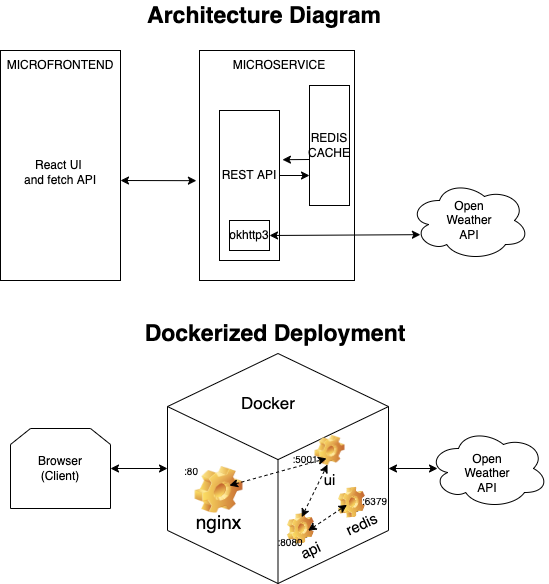
Before: architecture.png, a diagram exported from draw.io (aa-tt/weather-prediction). Source tidied: cells renumbered, new cells last; positions are measured from the earlier drawing's top-left corner, leaving out a move shared by most shapes.
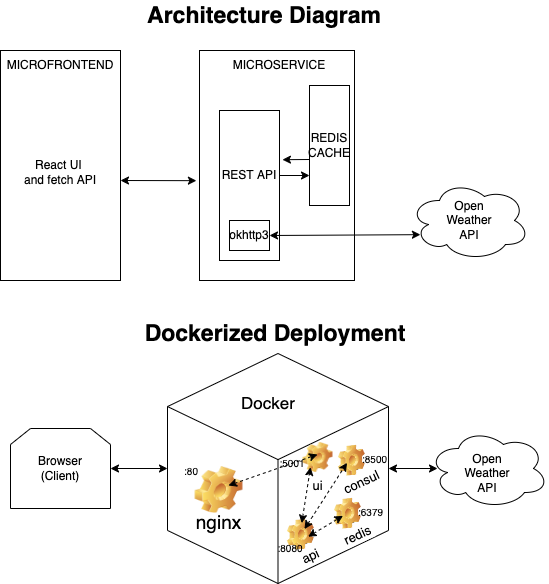
After the change.

Commit message:
architecture diagram

What changed in the source:
```diff
@@ -63,23 +63,23 @@
     <mxCell id="20" value="Docker" style="text;html=1;strokeColor=none;fillColor=none;align=center;verticalAlign=middle;whiteSpace=wrap;rounded=0;fontSize=17;" parent="1" vertex="1">
       <mxGeometry x="238" y="388" width="60" height="30" as="geometry" />
     </mxCell>
-    <mxCell id="21" value="ui" style="icon;image=img/clipart/Gear_128x128.png;fontColor=default;fontSize=15;imageWidth=30;imageHeight=30;" parent="1" vertex="1">
-      <mxGeometry x="324" y="440" width="11" height="20" as="geometry" />
+    <mxCell id="21" value="ui" style="icon;image=img/clipart/Gear_128x128.png;fontColor=default;fontSize=13;imageWidth=30;imageHeight=30;" parent="1" vertex="1">
+      <mxGeometry x="312" y="447" width="11" height="20" as="geometry" />
     </mxCell>
-    <mxCell id="22" value="api" style="icon;image=img/clipart/Gear_128x128.png;fontColor=default;fontSize=15;arcSize=0;imageWidth=30;imageHeight=30;rotation=335;verticalAlign=middle;" parent="1" vertex="1">
-      <mxGeometry x="295" y="518" width="11" height="20" as="geometry" />
+    <mxCell id="22" value="api" style="icon;image=img/clipart/Gear_128x128.png;fontColor=default;fontSize=13;arcSize=0;imageWidth=30;imageHeight=30;rotation=335;verticalAlign=middle;" parent="1" vertex="1">
+      <mxGeometry x="295" y="524" width="11" height="20" as="geometry" />
     </mxCell>
-    <mxCell id="23" value="redis" style="icon;image=img/clipart/Gear_128x128.png;fontColor=default;fontSize=15;arcSize=0;imageWidth=30;imageHeight=30;rotation=335;verticalAlign=middle;" parent="1" vertex="1">
-      <mxGeometry x="346" y="492" width="11" height="20" as="geometry" />
+    <mxCell id="23" value="redis" style="icon;image=img/clipart/Gear_128x128.png;fontColor=default;fontSize=13;arcSize=0;imageWidth=30;imageHeight=30;rotation=335;verticalAlign=middle;" parent="1" vertex="1">
+      <mxGeometry x="342" y="503" width="11" height="20" as="geometry" />
     </mxCell>
     <mxCell id="24" value=":5001" style="text;html=1;strokeColor=none;fillColor=none;align=center;verticalAlign=middle;whiteSpace=wrap;rounded=0;fontSize=10;fontColor=default;" parent="1" vertex="1">
-      <mxGeometry x="275" y="448" width="60" height="20" as="geometry" />
+      <mxGeometry x="274" y="451" width="36" height="21" as="geometry" />
     </mxCell>
     <mxCell id="25" value=":8080" style="text;html=1;strokeColor=none;fillColor=none;align=center;verticalAlign=middle;whiteSpace=wrap;rounded=0;fontSize=10;fontColor=default;" parent="1" vertex="1">
-      <mxGeometry x="271" y="533" width="38" height="16" as="geometry" />
+      <mxGeometry x="271" y="539" width="38" height="16" as="geometry" />
     </mxCell>
     <mxCell id="26" value=":6379" style="text;html=1;strokeColor=none;fillColor=none;align=center;verticalAlign=middle;whiteSpace=wrap;rounded=0;fontSize=10;fontColor=default;" parent="1" vertex="1">
-      <mxGeometry x="359" y="492" width="31" height="16" as="geometry" />
+      <mxGeometry x="355" y="503" width="31" height="16" as="geometry" />
     </mxCell>
     <mxCell id="27" value=":80" style="text;html=1;strokeColor=none;fillColor=none;align=center;verticalAlign=middle;whiteSpace=wrap;rounded=0;fontSize=10;fontColor=default;" parent="1" vertex="1">
       <mxGeometry x="175" y="460" width="32" height="20" as="geometry" />
@@ -87,16 +87,17 @@
     <mxCell id="28" style="endArrow=classic;startArrow=classic;html=1;fontSize=10;fontColor=default;exitX=1;exitY=0.5;exitDx=0;exitDy=0;entryX=0;entryY=0.5;entryDx=0;entryDy=0;entryPerimeter=0;" parent="1" edge="1" source="17" target="18">
       <mxGeometry relative="1" as="geometry" />
     </mxCell>
-    <mxCell id="29" style="endArrow=classic;startArrow=classic;html=1;fontSize=10;fontColor=default;exitX=1;exitY=0.25;exitDx=0;exitDy=0;entryX=0.85;entryY=0.5;entryDx=0;entryDy=0;entryPerimeter=0;dashed=1;" parent="1" edge="1" source="19" target="24">
-      <mxGeometry relative="1" as="geometry" />
+    <mxCell id="29" style="endArrow=classic;startArrow=classic;html=1;fontSize=10;fontColor=default;exitX=1;exitY=0.25;exitDx=0;exitDy=0;dashed=1;" parent="1" edge="1">
+      <mxGeometry relative="1" as="geometry">
+        <mxPoint x="228" y="485" as="sourcePoint" />
+        <mxPoint x="317" y="454" as="targetPoint" />
+      </mxGeometry>
     </mxCell>
     <mxCell id="30" style="endArrow=classic;startArrow=classic;html=1;fontSize=10;fontColor=default;exitX=1;exitY=0.75;exitDx=0;exitDy=0;entryX=0;entryY=0.5;entryDx=0;entryDy=0;dashed=1;" parent="1" edge="1" source="22" target="23">
       <mxGeometry relative="1" as="geometry" />
     </mxCell>
-    <mxCell id="31" style="endArrow=classic;startArrow=classic;html=1;fontSize=10;fontColor=default;exitX=1;exitY=0;exitDx=0;exitDy=0;dashed=1;" parent="1" edge="1" source="22">
-      <mxGeometry relative="1" as="geometry">
-        <mxPoint x="327" y="464" as="targetPoint" />
-      </mxGeometry>
+    <mxCell id="31" style="endArrow=classic;startArrow=classic;html=1;fontSize=10;fontColor=default;exitX=1;exitY=0;exitDx=0;exitDy=0;dashed=1;entryX=1;entryY=0.75;entryDx=0;entryDy=0;" parent="1" edge="1" source="22" target="24">
+      <mxGeometry relative="1" as="geometry" />
     </mxCell>
     <mxCell id="32" style="ellipse;shape=cloud;whiteSpace=wrap;html=1;" parent="1" vertex="1">
       <mxGeometry x="428" y="428" width="120" height="80" as="geometry" />
@@ -116,5 +117,14 @@
     <mxCell id="36" value="&lt;b&gt;&lt;font style=&quot;font-size: 23px;&quot;&gt;Dockerized Deployment&lt;/font&gt;&lt;/b&gt;" style="text;html=1;strokeColor=none;fillColor=none;align=center;verticalAlign=middle;whiteSpace=wrap;rounded=0;fontSize=10;fontColor=default;" parent="1" vertex="1">
       <mxGeometry x="141" y="318" width="268" height="30" as="geometry" />
     </mxCell>
+    <mxCell id="37" value="consul" style="icon;image=img/clipart/Gear_128x128.png;fontColor=default;fontSize=13;arcSize=0;imageWidth=30;imageHeight=30;rotation=335;verticalAlign=middle;" parent="1" vertex="1">
+      <mxGeometry x="346" y="450" width="11" height="20" as="geometry" />
+    </mxCell>
+    <mxCell id="38" value=":8500" style="text;html=1;strokeColor=none;fillColor=none;align=center;verticalAlign=middle;whiteSpace=wrap;rounded=0;fontSize=10;fontColor=default;" parent="1" vertex="1">
+      <mxGeometry x="359" y="450" width="31" height="16" as="geometry" />
+    </mxCell>
+    <mxCell id="39" style="endArrow=classic;startArrow=classic;html=1;fontSize=10;fontColor=default;entryX=0;entryY=0.5;entryDx=0;entryDy=0;dashed=1;" parent="1" edge="1" source="22" target="37">
+      <mxGeometry relative="1" as="geometry" />
+    </mxCell>
   </root>
 </mxGraphModel>
```
